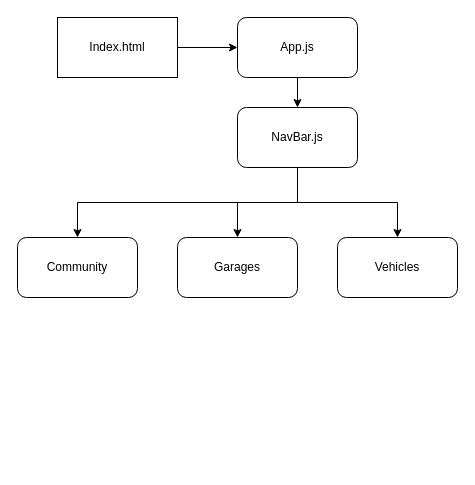
This is communitygaragechd.drawio from d-lewis9442/communityGarage, a draw.io file, before an edit. Source tidied: cells renumbered, new cells numbered last; positions are measured from the earlier drawing's top-left corner, leaving out a move shared by most shapes. Both pictures are drawn from the tidied source at 100%, with x=0, y=0 at pixel (17, 17).
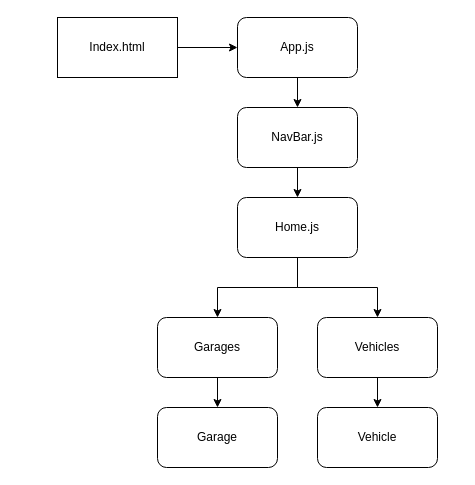
After the change.

Unchanged cells that the change refers to:
```xml
<mxCell id="4" value="NavBar.js" style="rounded=1;whiteSpace=wrap;html=1;" parent="1" vertex="1">
  <mxGeometry x="220" y="90" width="120" height="60" as="geometry" />
</mxCell>
```

Change to the diagram source:
```diff
@@
-    <mxCell id="7" value="Community" style="rounded=1;whiteSpace=wrap;html=1;" parent="1" vertex="1">
-      <mxGeometry y="220" width="120" height="60" as="geometry" />
-    </mxCell>
     <mxCell id="8" value="Garages" style="rounded=1;whiteSpace=wrap;html=1;" parent="1" vertex="1">
-      <mxGeometry x="160" y="220" width="120" height="60" as="geometry" />
+      <mxGeometry x="140" y="300" width="120" height="60" as="geometry" />
     </mxCell>
     <mxCell id="9" value="Vehicles" style="rounded=1;whiteSpace=wrap;html=1;" parent="1" vertex="1">
-      <mxGeometry x="320" y="220" width="120" height="60" as="geometry" />
+      <mxGeometry x="300" y="300" width="120" height="60" as="geometry" />
     </mxCell>
-    <mxCell id="10" style="edgeStyle=elbowEdgeStyle;elbow=vertical;endArrow=classic;html=1;rounded=0;entryX=0.5;entryY=0;entryDx=0;entryDy=0;exitX=0.5;exitY=1;exitDx=0;exitDy=0;" parent="1" edge="1" source="4" target="7">
-      <mxGeometry relative="1" as="geometry" />
-    </mxCell>
-    <mxCell id="11" style="edgeStyle=elbowEdgeStyle;elbow=vertical;endArrow=classic;html=1;rounded=0;entryX=0.5;entryY=0;entryDx=0;entryDy=0;exitX=0.5;exitY=1;exitDx=0;exitDy=0;" parent="1" edge="1" source="4" target="8">
-      <mxGeometry relative="1" as="geometry" />
+    <mxCell id="11" style="edgeStyle=elbowEdgeStyle;elbow=vertical;endArrow=classic;html=1;rounded=0;entryX=0.5;entryY=0;entryDx=0;entryDy=0;" parent="1" edge="1" target="8">
+      <mxGeometry relative="1" as="geometry">
+        <mxPoint x="280" y="250" as="sourcePoint" />
+        <Array as="points">
+          <mxPoint x="240" y="270" />
+        </Array>
+      </mxGeometry>
     </mxCell>
-    <mxCell id="12" style="edgeStyle=elbowEdgeStyle;elbow=vertical;endArrow=classic;html=1;rounded=0;entryX=0.5;entryY=0;entryDx=0;entryDy=0;exitX=0.5;exitY=1;exitDx=0;exitDy=0;" parent="1" edge="1" source="4" target="9">
-      <mxGeometry relative="1" as="geometry" />
+    <mxCell id="12" style="edgeStyle=elbowEdgeStyle;elbow=vertical;endArrow=classic;html=1;rounded=0;entryX=0.5;entryY=0;entryDx=0;entryDy=0;" parent="1" edge="1" target="9">
+      <mxGeometry relative="1" as="geometry">
+        <mxPoint x="280" y="240" as="sourcePoint" />
+        <Array as="points">
+          <mxPoint x="320" y="270" />
+        </Array>
+      </mxGeometry>
     </mxCell>
+    <mxCell id="13" value="Garage" style="rounded=1;whiteSpace=wrap;html=1;" parent="1" vertex="1">
+      <mxGeometry x="140" y="390" width="120" height="60" as="geometry" />
+    </mxCell>
+    <mxCell id="14" value="Vehicle" style="rounded=1;whiteSpace=wrap;html=1;" parent="1" vertex="1">
+      <mxGeometry x="300" y="390" width="120" height="60" as="geometry" />
+    </mxCell>
+    <mxCell id="15" style="endArrow=classic;html=1;rounded=0;entryX=0.5;entryY=0;entryDx=0;entryDy=0;exitX=0.5;exitY=1;exitDx=0;exitDy=0;" parent="1" edge="1" source="8" target="13">
+      <mxGeometry relative="1" as="geometry" />
+    </mxCell>
+    <mxCell id="16" style="endArrow=classic;html=1;rounded=0;exitX=0.5;exitY=1;exitDx=0;exitDy=0;entryX=0.5;entryY=0;entryDx=0;entryDy=0;" parent="1" edge="1" source="9" target="14">
+      <mxGeometry relative="1" as="geometry" />
+    </mxCell>
+    <mxCell id="17" value="Home.js" style="rounded=1;whiteSpace=wrap;html=1;" parent="1" vertex="1">
+      <mxGeometry x="220" y="180" width="120" height="60" as="geometry" />
+    </mxCell>
+    <mxCell id="18" style="endArrow=classic;html=1;rounded=0;exitX=0.5;exitY=1;exitDx=0;exitDy=0;" parent="1" edge="1" source="4">
+      <mxGeometry relative="1" as="geometry">
+        <mxPoint x="280" y="180" as="targetPoint" />
+      </mxGeometry>
+    </mxCell>
```
